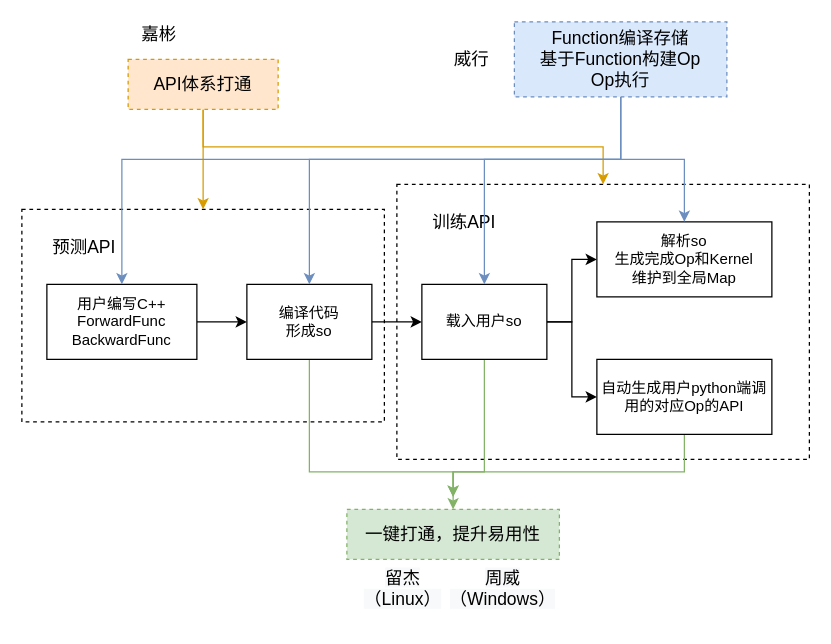
chenwhql/diagrams keeps this draw.io diagram as custom_op.drawio. Above is the earlier version. Source tidied: cells renumbered, new cells numbered last; positions are measured from the earlier drawing's top-left corner, leaving out a move shared by most shapes. Both pictures are drawn from the tidied source at 125%, with x=0, y=0 at pixel (21, 21).
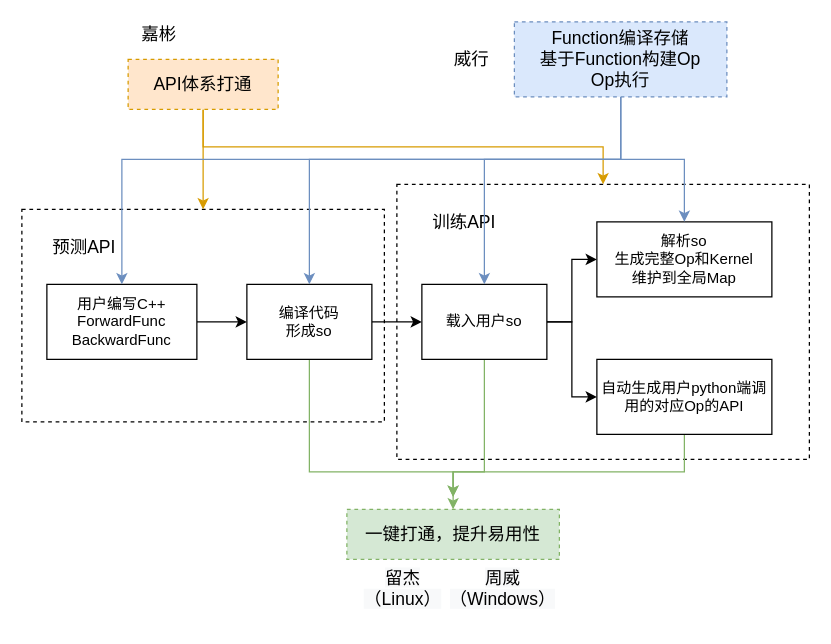
The same page after the edit.

Change to the diagram source:
```diff
@@
-    <mxCell id="13" value="解析so&lt;br&gt;生成完成Op和Kernel&lt;br&gt;维护到全局Map" style="rounded=0;whiteSpace=wrap;html=1;" parent="1" vertex="1">
+    <mxCell id="13" value="解析so&lt;br&gt;生成完整Op和Kernel&lt;br&gt;维护到全局Map" style="rounded=0;whiteSpace=wrap;html=1;" parent="1" vertex="1">
       <mxGeometry x="460" y="160" width="140" height="60" as="geometry" />
     </mxCell>
```
